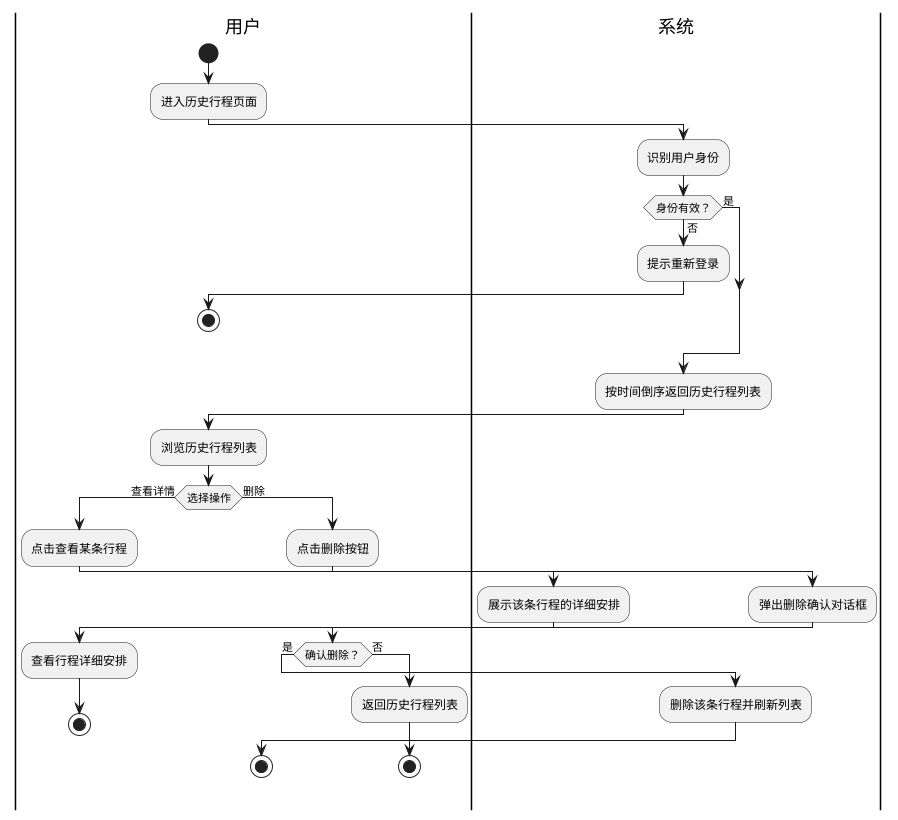
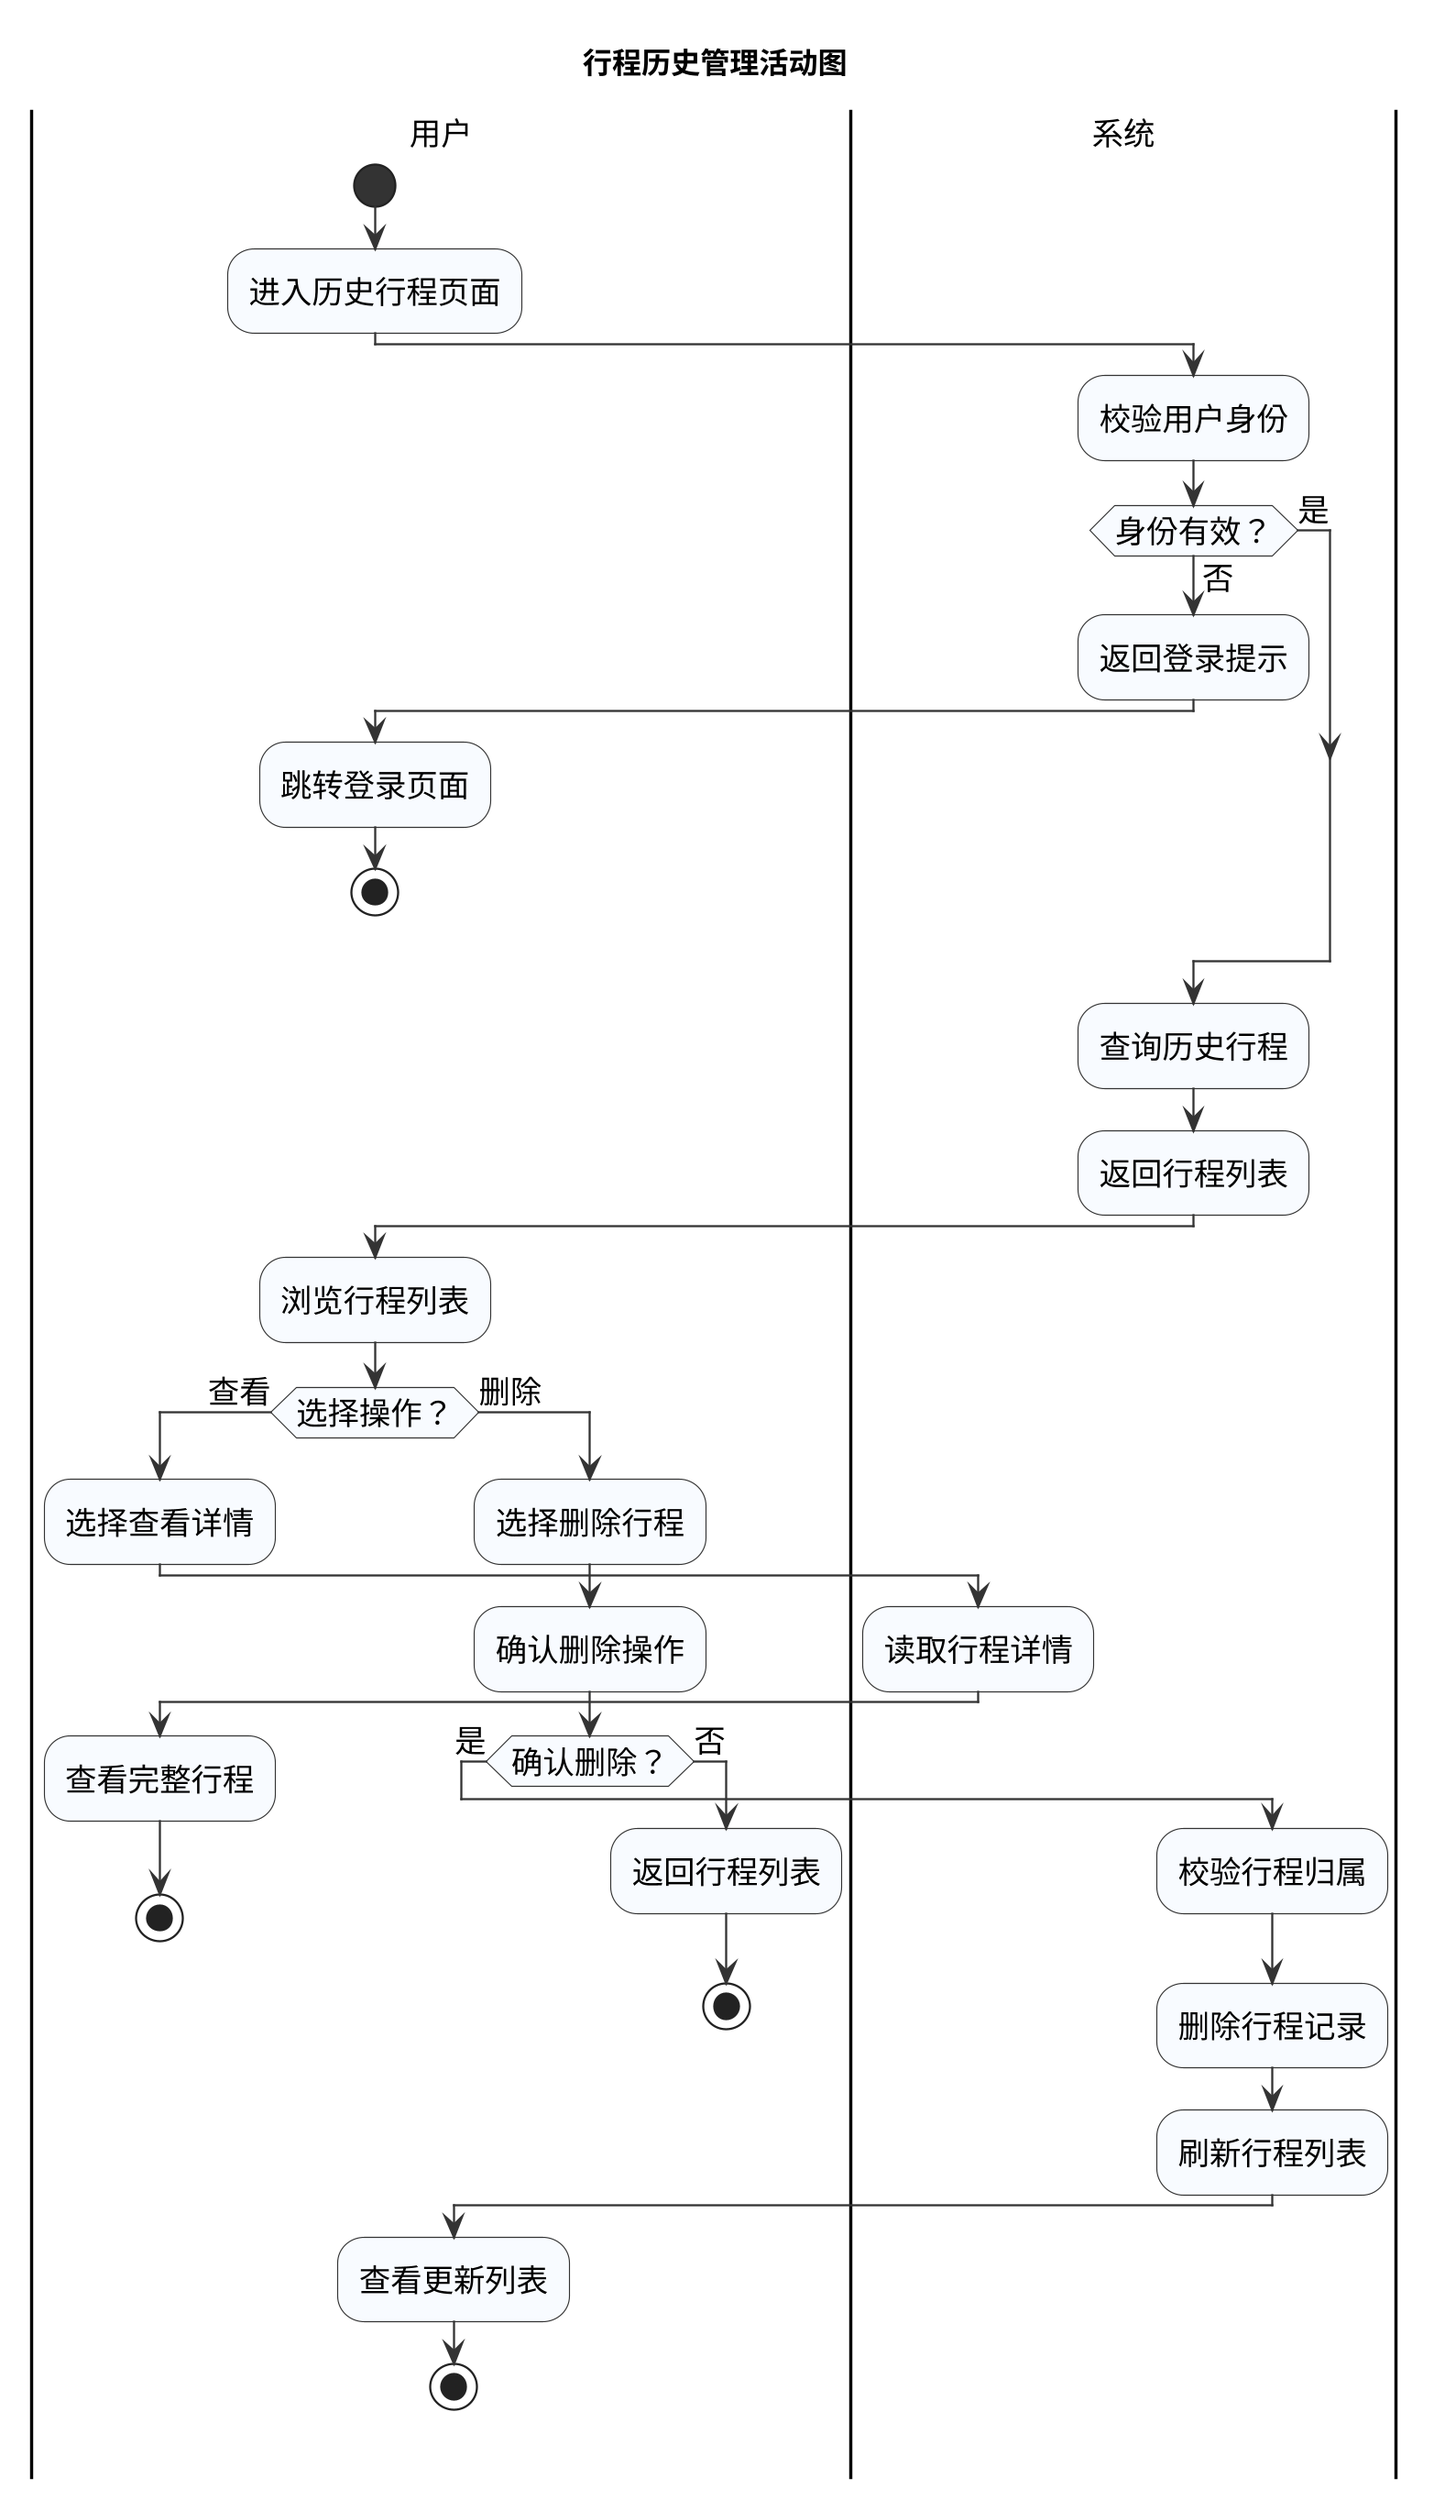
@startuml 图2-5_行程历史管理活动图
+ 
+ skinparam dpi 220
+ skinparam shadowing false
+ skinparam defaultFontName Microsoft YaHei
+ skinparam defaultFontSize 15
+ skinparam activityFontSize 15
+ skinparam activityDiamondFontSize 15
+ skinparam activityStartColor #333333
+ skinparam activityEndColor #333333
+ skinparam activityBorderColor #333333
+ skinparam activityBackgroundColor #F8FBFF
+ skinparam partitionBorderColor #333333
+ skinparam partitionBackgroundColor #FFFFFF
+ skinparam arrowColor #333333
+ 
+ title 行程历史管理活动图
+ 
|用户|
start
:进入历史行程页面;

|系统|
- :识别用户身份;
+ :校验用户身份;

if (身份有效？) then (否)
-   :提示重新登录;
+   :返回登录提示;
  |用户|
+   :跳转登录页面;
  stop
else (是)
endif

|系统|
- :按时间倒序返回历史行程列表;
+ :查询历史行程;
+ :返回行程列表;

|用户|
- :浏览历史行程列表;
+ :浏览行程列表;

- if (选择操作) then (查看详情)
-   :点击查看某条行程;
+ if (选择操作？) then (查看)
+   :选择查看详情;
  |系统|
-   :展示该条行程的详细安排;
+   :读取行程详情;
  |用户|
-   :查看行程详细安排;
+   :查看完整行程;
  stop
+ 
else (删除)
-   :点击删除按钮;
-   |系统|
-   :弹出删除确认对话框;
-   |用户|
+   :选择删除行程;
+   :确认删除操作;
+ 
  if (确认删除？) then (是)
    |系统|
-     :删除该条行程并刷新列表;
+     :校验行程归属;
+     :删除行程记录;
+     :刷新行程列表;
    |用户|
+     :查看更新列表;
    stop
  else (否)
-     :返回历史行程列表;
+     :返回行程列表;
    stop
  endif
endif

@enduml
